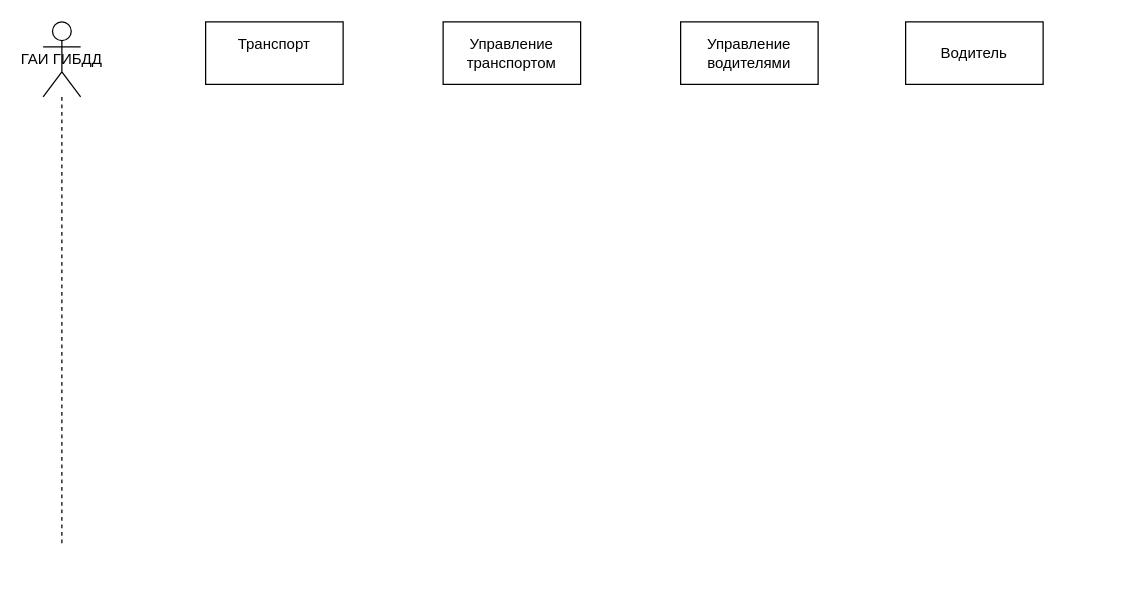
This is lab4.drawio from duahifnv/SystemsArchitecture, a draw.io file, before an edit. Source tidied: cells renumbered, new cells numbered last; positions are measured from the earlier drawing's top-left corner, leaving out a move shared by most shapes. Both pictures are drawn from the tidied source at 125%, with x=0, y=0 at pixel (42, 21).
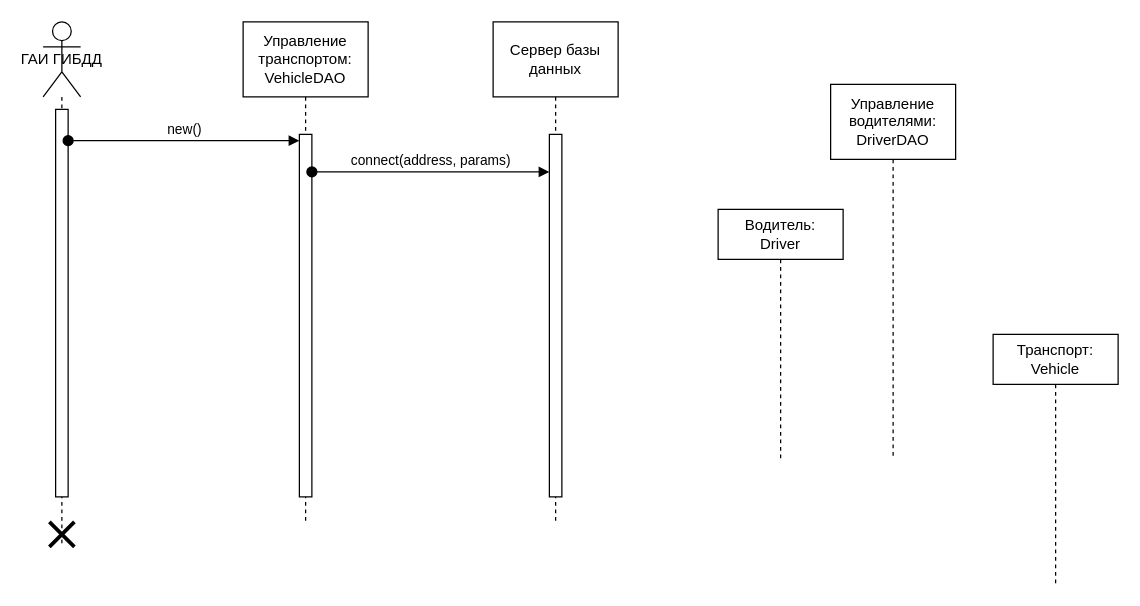
The same diagram, later.

What changed in the source:
```diff
@@
 <mxGraphModel>
   <root>
     <mxCell id="0" />
     <mxCell id="1" parent="0" />
-    <mxCell id="2" value="Управление&lt;div&gt;водителями&lt;/div&gt;" style="html=1;whiteSpace=wrap;" parent="1" vertex="1">
-      <mxGeometry x="510" width="110" height="50" as="geometry" />
-    </mxCell>
     <mxCell id="3" value="&lt;span style=&quot;text-wrap: nowrap;&quot;&gt;ГАИ ГИБДД&lt;/span&gt;" style="shape=umlLifeline;perimeter=lifelinePerimeter;whiteSpace=wrap;html=1;newEdgeStyle={&quot;curved&quot;:0,&quot;rounded&quot;:0};participant=umlActor;size=60;" parent="1" vertex="1">
       <mxGeometry width="30" height="420" as="geometry" />
     </mxCell>
-    <mxCell id="4" value="Управление транспортом" style="html=1;whiteSpace=wrap;" parent="1" vertex="1">
-      <mxGeometry x="320" width="110" height="50" as="geometry" />
-    </mxCell>
-    <mxCell id="5" value="Водитель" style="html=1;whiteSpace=wrap;" parent="1" vertex="1">
-      <mxGeometry x="690" width="110" height="50" as="geometry" />
-    </mxCell>
-    <mxCell id="6" value="Транспорт&lt;div&gt;&lt;br&gt;&lt;/div&gt;" style="html=1;whiteSpace=wrap;" parent="1" vertex="1">
-      <mxGeometry x="130" width="110" height="50" as="geometry" />
-    </mxCell>
+    <mxCell id="7" style="html=1;points=[[0,0,0,0,5],[0,1,0,0,-5],[1,0,0,0,5],[1,1,0,0,-5]];perimeter=orthogonalPerimeter;outlineConnect=0;targetShapes=umlLifeline;portConstraint=eastwest;newEdgeStyle={&quot;curved&quot;:0,&quot;rounded&quot;:0};" parent="3" vertex="1">
+      <mxGeometry x="10" y="70" width="10" height="310" as="geometry" />
+    </mxCell>
+    <mxCell id="8" style="shape=umlDestroy;whiteSpace=wrap;html=1;strokeWidth=3;targetShapes=umlLifeline;" parent="3" vertex="1">
+      <mxGeometry x="5" y="400" width="20" height="20" as="geometry" />
+    </mxCell>
+    <mxCell id="9" value="Транспорт:&lt;div&gt;Vehicle&lt;/div&gt;" style="shape=umlLifeline;perimeter=lifelinePerimeter;whiteSpace=wrap;html=1;newEdgeStyle={&quot;curved&quot;:0,&quot;rounded&quot;:0};size=40;" parent="1" vertex="1">
+      <mxGeometry x="760" y="250" width="100" height="200" as="geometry" />
+    </mxCell>
+    <mxCell id="10" value="Управление транспортом:&lt;div&gt;VehicleDAO&lt;/div&gt;" style="shape=umlLifeline;perimeter=lifelinePerimeter;whiteSpace=wrap;html=1;newEdgeStyle={&quot;curved&quot;:0,&quot;rounded&quot;:0};size=60;" parent="1" vertex="1">
+      <mxGeometry x="160" width="100" height="400" as="geometry" />
+    </mxCell>
+    <mxCell id="11" style="html=1;points=[[0,0,0,0,5],[0,1,0,0,-5],[1,0,0,0,5],[1,1,0,0,-5]];perimeter=orthogonalPerimeter;outlineConnect=0;targetShapes=umlLifeline;portConstraint=eastwest;newEdgeStyle={&quot;curved&quot;:0,&quot;rounded&quot;:0};" parent="10" vertex="1">
+      <mxGeometry x="45" y="90" width="10" height="290" as="geometry" />
+    </mxCell>
+    <mxCell id="12" value="Водитель:&lt;div&gt;Driver&lt;/div&gt;" style="shape=umlLifeline;perimeter=lifelinePerimeter;whiteSpace=wrap;html=1;newEdgeStyle={&quot;curved&quot;:0,&quot;rounded&quot;:0};size=40;" parent="1" vertex="1">
+      <mxGeometry x="540" y="150" width="100" height="200" as="geometry" />
+    </mxCell>
+    <mxCell id="13" value="Управление водителями:&lt;div&gt;DriverDAO&lt;/div&gt;" style="shape=umlLifeline;perimeter=lifelinePerimeter;whiteSpace=wrap;html=1;newEdgeStyle={&quot;curved&quot;:0,&quot;rounded&quot;:0};size=60;" parent="1" vertex="1">
+      <mxGeometry x="630" y="50" width="100" height="300" as="geometry" />
+    </mxCell>
+    <mxCell id="14" value="new()" style="html=1;verticalAlign=bottom;startArrow=oval;endArrow=block;startSize=8;curved=0;rounded=0;entryX=0;entryY=0;entryDx=0;entryDy=5;" parent="1" edge="1" source="7" target="11">
+      <mxGeometry relative="1" as="geometry" />
+    </mxCell>
+    <mxCell id="15" value="Сервер базы данных" style="shape=umlLifeline;perimeter=lifelinePerimeter;whiteSpace=wrap;html=1;newEdgeStyle={&quot;curved&quot;:0,&quot;rounded&quot;:0};size=60;" parent="1" vertex="1">
+      <mxGeometry x="360" width="100" height="400" as="geometry" />
+    </mxCell>
+    <mxCell id="16" style="html=1;perimeter=orthogonalPerimeter;targetShapes=umlLifeline;newEdgeStyle={&quot;curved&quot;:0,&quot;rounded&quot;:0};" parent="15" vertex="1">
+      <mxGeometry x="45" y="90" width="10" height="290" as="geometry" />
+    </mxCell>
+    <mxCell id="17" value="connect(address, params)" style="html=1;verticalAlign=bottom;startArrow=oval;startFill=1;endArrow=block;startSize=8;curved=0;rounded=0;exitX=1;exitY=0;exitDx=0;exitDy=5;exitPerimeter=0;entryX=0;entryY=0;entryDx=0;entryDy=5;entryPerimeter=0;" parent="1" edge="1">
+      <mxGeometry relative="1" as="geometry">
+        <mxPoint x="215" y="120" as="sourcePoint" />
+        <mxPoint x="405" y="120" as="targetPoint" />
+      </mxGeometry>
+    </mxCell>
   </root>
 </mxGraphModel>
```
